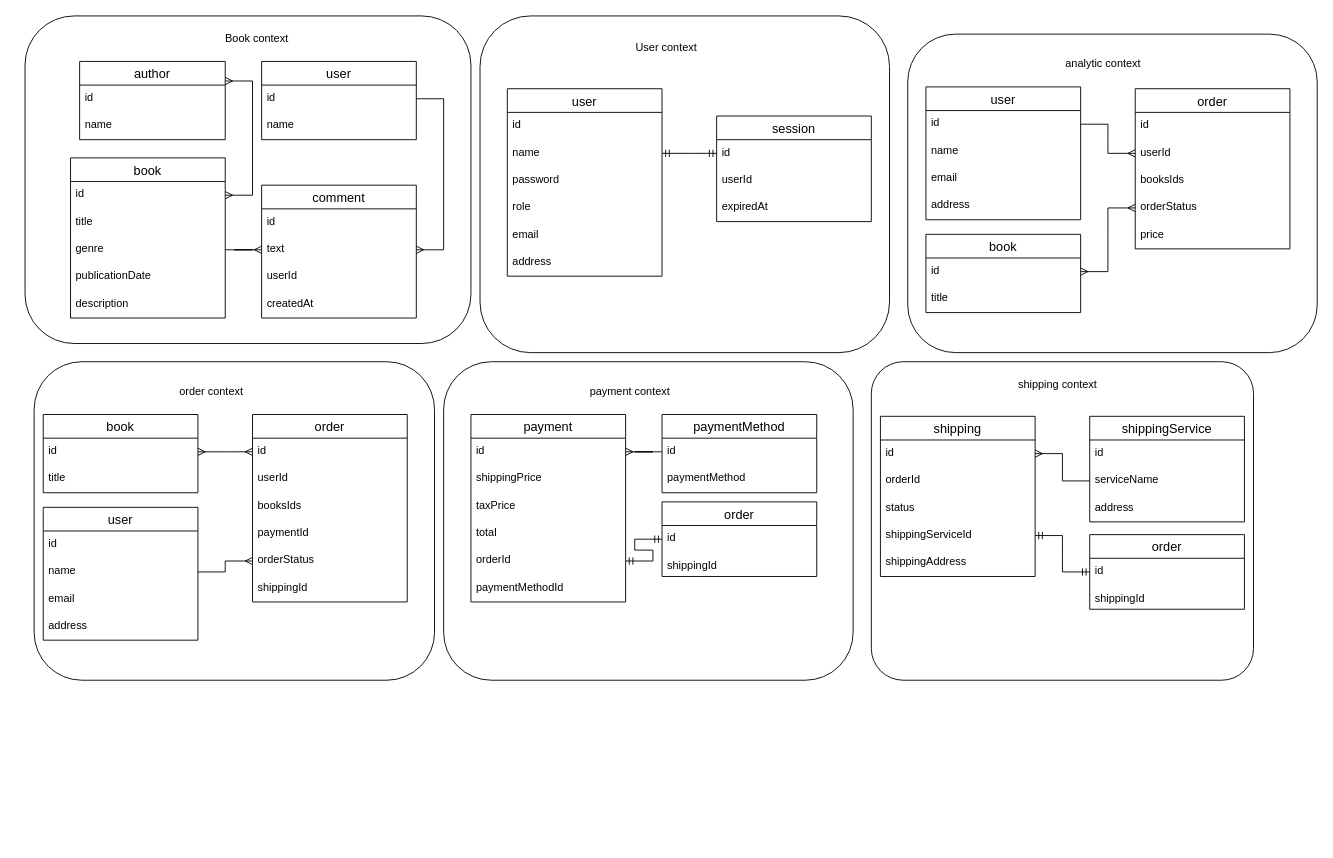
Earlier version of the draw.io diagram hw1/domain-model.drawio (4thwithme/ms_course). Source tidied: cells renumbered, new cells numbered last; positions are measured from the earlier drawing's top-left corner, leaving out a move shared by most shapes. Both pictures are drawn from the tidied source at 91%, with x=0, y=0 at pixel (25, 15).
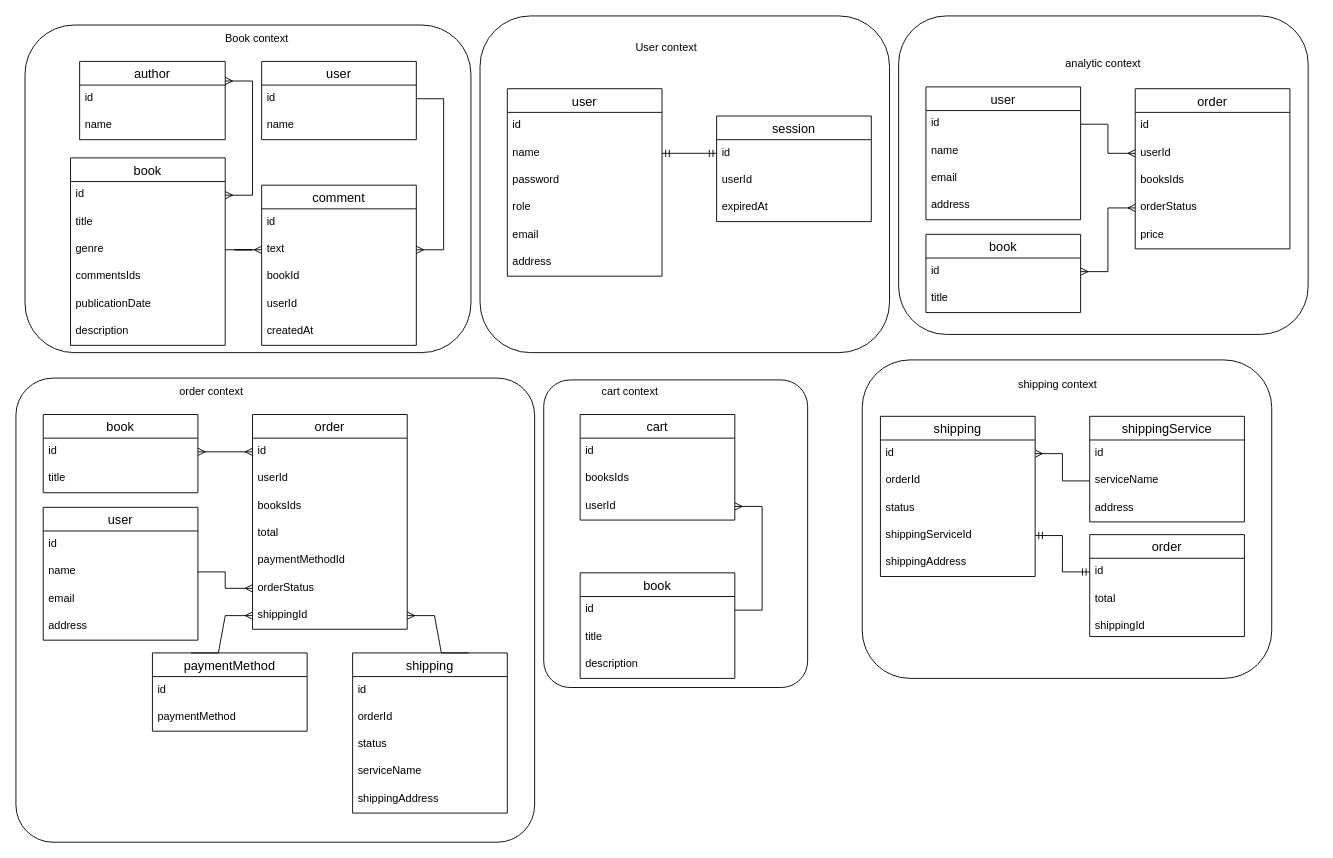
The same diagram, later.

Unchanged cells that the change refers to:
```xml
<mxCell id="88" value="id" style="text;strokeColor=none;fillColor=none;spacingLeft=4;spacingRight=4;overflow=hidden;points=[[0,0.5],[1,0.5]];portConstraint=eastwest;fontSize=12;" parent="87" vertex="1">
  <mxGeometry y="26" width="170" height="30" as="geometry" />
</mxCell>
<mxCell id="95" value="id" style="text;strokeColor=none;fillColor=none;spacingLeft=4;spacingRight=4;overflow=hidden;points=[[0,0.5],[1,0.5]];portConstraint=eastwest;fontSize=12;" parent="94" vertex="1">
  <mxGeometry y="26" width="170" height="30" as="geometry" />
</mxCell>
```

What changed in the source:
```diff
@@
     <mxCell id="5" value="book" style="swimlane;fontStyle=0;horizontal=1;startSize=26;align=center;fontSize=14;" parent="1" vertex="1">
-      <mxGeometry x="50" y="156" width="170" height="176" as="geometry" />
+      <mxGeometry x="50" y="156" width="170" height="206" as="geometry" />
     </mxCell>
@@
+    <mxCell id="109" value="commentsIds" style="text;strokeColor=none;fillColor=none;spacingLeft=4;spacingRight=4;overflow=hidden;fontSize=12;" parent="5" vertex="1">
+      <mxGeometry y="116" width="170" height="30" as="geometry" />
+    </mxCell>
     <mxCell id="9" value="publicationDate" style="text;strokeColor=none;fillColor=none;spacingLeft=4;spacingRight=4;overflow=hidden;fontSize=12;" parent="5" vertex="1">
-      <mxGeometry y="116" width="170" height="30" as="geometry" />
+      <mxGeometry y="146" width="170" height="30" as="geometry" />
     </mxCell>
     <mxCell id="10" value="description" style="text;strokeColor=none;fillColor=none;spacingLeft=4;spacingRight=4;overflow=hidden;fontSize=12;" parent="5" vertex="1">
-      <mxGeometry y="146" width="170" height="30" as="geometry" />
+      <mxGeometry y="176" width="170" height="30" as="geometry" />
     </mxCell>
@@
     <mxCell id="18" value="order" style="swimlane;fontStyle=0;horizontal=1;startSize=26;align=center;fontSize=14;" parent="1" vertex="1">
-      <mxGeometry x="250" y="438" width="170" height="206" as="geometry" />
+      <mxGeometry x="250" y="438" width="170" height="236" as="geometry" />
     </mxCell>
@@
+    <mxCell id="91" value="total" style="text;strokeColor=none;fillColor=none;spacingLeft=4;spacingRight=4;overflow=hidden;fontSize=12;" parent="18" vertex="1">
+      <mxGeometry y="116" width="170" height="30" as="geometry" />
+    </mxCell>
-    <mxCell id="22" value="paymentId" style="text;strokeColor=none;fillColor=none;spacingLeft=4;spacingRight=4;overflow=hidden;fontSize=12;" parent="18" vertex="1">
-      <mxGeometry y="116" width="170" height="30" as="geometry" />
+    <mxCell id="22" value="paymentMethodId" style="text;strokeColor=none;fillColor=none;spacingLeft=4;spacingRight=4;overflow=hidden;fontSize=12;" parent="18" vertex="1">
+      <mxGeometry y="146" width="170" height="30" as="geometry" />
     </mxCell>
     <mxCell id="23" value="orderStatus" style="text;strokeColor=none;fillColor=none;spacingLeft=4;spacingRight=4;overflow=hidden;points=[[0,0.5],[1,0.5]];portConstraint=eastwest;fontSize=12;" parent="18" vertex="1">
-      <mxGeometry y="146" width="170" height="30" as="geometry" />
+      <mxGeometry y="176" width="170" height="30" as="geometry" />
     </mxCell>
     <mxCell id="24" value="shippingId" style="text;strokeColor=none;fillColor=none;spacingLeft=4;spacingRight=4;overflow=hidden;points=[[0,0.5],[1,0.5]];portConstraint=eastwest;fontSize=12;" parent="18" vertex="1">
-      <mxGeometry y="176" width="170" height="30" as="geometry" />
+      <mxGeometry y="206" width="170" height="30" as="geometry" />
     </mxCell>
@@
     <mxCell id="40" value="comment" style="swimlane;fontStyle=0;horizontal=1;startSize=26;align=center;fontSize=14;" parent="1" vertex="1">
-      <mxGeometry x="260" y="186" width="170" height="146" as="geometry" />
+      <mxGeometry x="260" y="186" width="170" height="176" as="geometry" />
     </mxCell>
@@
+    <mxCell id="110" value="bookId" style="text;strokeColor=none;fillColor=none;spacingLeft=4;spacingRight=4;overflow=hidden;fontSize=12;" parent="40" vertex="1">
+      <mxGeometry y="86" width="170" height="30" as="geometry" />
+    </mxCell>
     <mxCell id="43" value="userId" style="text;strokeColor=none;fillColor=none;spacingLeft=4;spacingRight=4;overflow=hidden;fontSize=12;" parent="40" vertex="1">
-      <mxGeometry y="86" width="170" height="30" as="geometry" />
+      <mxGeometry y="116" width="170" height="30" as="geometry" />
     </mxCell>
     <mxCell id="44" value="createdAt" style="text;strokeColor=none;fillColor=none;spacingLeft=4;spacingRight=4;overflow=hidden;fontSize=12;" parent="40" vertex="1">
-      <mxGeometry y="116" width="170" height="30" as="geometry" />
+      <mxGeometry y="146" width="170" height="30" as="geometry" />
     </mxCell>
@@
     <mxCell id="61" style="rounded=1;whiteSpace=wrap;html=1;fillColor=none;" parent="1" vertex="1">
-      <mxGeometry width="490" height="360" as="geometry" />
+      <mxGeometry y="10" width="490" height="360" as="geometry" />
     </mxCell>
     <mxCell id="62" style="rounded=1;whiteSpace=wrap;html=1;fillColor=none;" parent="1" vertex="1">
-      <mxGeometry x="970" y="20" width="450" height="350" as="geometry" />
+      <mxGeometry x="960" width="450" height="350" as="geometry" />
     </mxCell>
@@
     <mxCell id="80" style="rounded=1;whiteSpace=wrap;html=1;fillColor=none;" parent="1" vertex="1">
-      <mxGeometry x="460" y="380" width="450" height="350" as="geometry" />
+      <mxGeometry x="920" y="378" width="450" height="350" as="geometry" />
     </mxCell>
@@
-    <mxCell id="87" value="payment" style="swimlane;fontStyle=0;horizontal=1;startSize=26;align=center;fontSize=14;" parent="1" vertex="1">
-      <mxGeometry x="490" y="438" width="170" height="206" as="geometry" />
+    <mxCell id="87" value="cart" style="swimlane;fontStyle=0;horizontal=1;startSize=26;align=center;fontSize=14;" parent="1" vertex="1">
+      <mxGeometry x="610" y="438" width="170" height="116" as="geometry" />
     </mxCell>
@@
-    <mxCell id="89" value="shippingPrice&#10;" style="text;strokeColor=none;fillColor=none;spacingLeft=4;spacingRight=4;overflow=hidden;fontSize=12;" parent="87" vertex="1">
+    <mxCell id="89" value="booksIds" style="text;strokeColor=none;fillColor=none;spacingLeft=4;spacingRight=4;overflow=hidden;fontSize=12;" parent="87" vertex="1">
       <mxGeometry y="56" width="170" height="30" as="geometry" />
     </mxCell>
-    <mxCell id="90" value="taxPrice" style="text;strokeColor=none;fillColor=none;spacingLeft=4;spacingRight=4;overflow=hidden;fontSize=12;" parent="87" vertex="1">
-      <mxGeometry y="86" width="170" height="30" as="geometry" />
-    </mxCell>
-    <mxCell id="91" value="total" style="text;strokeColor=none;fillColor=none;spacingLeft=4;spacingRight=4;overflow=hidden;fontSize=12;" parent="87" vertex="1">
-      <mxGeometry y="116" width="170" height="30" as="geometry" />
-    </mxCell>
-    <mxCell id="92" value="orderId" style="text;strokeColor=none;fillColor=none;spacingLeft=4;spacingRight=4;overflow=hidden;points=[[0,0.5],[1,0.5]];portConstraint=eastwest;fontSize=12;" parent="87" vertex="1">
-      <mxGeometry y="146" width="170" height="30" as="geometry" />
-    </mxCell>
-    <mxCell id="93" value="paymentMethodId" style="text;strokeColor=none;fillColor=none;spacingLeft=4;spacingRight=4;overflow=hidden;fontSize=12;" parent="87" vertex="1">
-      <mxGeometry y="176" width="170" height="30" as="geometry" />
-    </mxCell>
+    <mxCell id="111" value="userId" style="text;strokeColor=none;fillColor=none;spacingLeft=4;spacingRight=4;overflow=hidden;points=[[0,0.5],[1,0.5]];portConstraint=eastwest;fontSize=12;" parent="87" vertex="1">
+      <mxGeometry y="86" width="170" height="30" as="geometry" />
+    </mxCell>
     <mxCell id="94" value="paymentMethod" style="swimlane;fontStyle=0;horizontal=1;startSize=26;align=center;fontSize=14;" parent="1" vertex="1">
-      <mxGeometry x="700" y="438" width="170" height="86" as="geometry" />
+      <mxGeometry x="140" y="700" width="170" height="86" as="geometry" />
     </mxCell>
@@
-    <mxCell id="97" style="edgeStyle=entityRelationEdgeStyle;fontSize=12;html=1;endArrow=ERmany;rounded=0;exitX=0;exitY=0.5;exitDx=0;exitDy=0;entryX=1;entryY=0.5;entryDx=0;entryDy=0;" parent="1" edge="1" source="95" target="88">
+    <mxCell id="97" style="edgeStyle=entityRelationEdgeStyle;fontSize=12;html=1;endArrow=ERmany;rounded=0;exitX=0.25;exitY=0;exitDx=0;exitDy=0;entryX=0;entryY=0.5;entryDx=0;entryDy=0;" parent="1" edge="1" source="94" target="24">
       <mxGeometry relative="1" as="geometry" />
     </mxCell>
-    <mxCell id="98" value="payment context" style="text;html=1;strokeColor=none;fillColor=none;align=center;verticalAlign=middle;whiteSpace=wrap;rounded=0;" parent="1" vertex="1">
+    <mxCell id="98" value="cart context" style="text;html=1;strokeColor=none;fillColor=none;align=center;verticalAlign=middle;whiteSpace=wrap;rounded=0;" parent="1" vertex="1">
       <mxGeometry x="600" y="398" width="130" height="30" as="geometry" />
     </mxCell>
     <mxCell id="99" style="rounded=1;whiteSpace=wrap;html=1;fillColor=none;arcSize=10;" parent="1" vertex="1">
-      <mxGeometry x="930" y="380" width="420" height="350" as="geometry" />
+      <mxGeometry x="570" y="400" width="290" height="338" as="geometry" />
     </mxCell>
-    <mxCell id="100" style="rounded=1;whiteSpace=wrap;html=1;fillColor=none;" parent="1" vertex="1">
-      <mxGeometry x="10" y="380" width="440" height="350" as="geometry" />
+    <mxCell id="100" style="rounded=1;whiteSpace=wrap;html=1;fillColor=none;arcSize=8;" parent="1" vertex="1">
+      <mxGeometry x="-10" y="398" width="570" height="510" as="geometry" />
     </mxCell>
     <mxCell id="101" value="order" style="swimlane;fontStyle=0;horizontal=1;startSize=26;align=center;fontSize=14;" parent="1" vertex="1">
-      <mxGeometry x="1170" y="570" width="170" height="82" as="geometry" />
+      <mxGeometry x="1170" y="570" width="170" height="112" as="geometry" />
     </mxCell>
@@
+    <mxCell id="112" value="total" style="text;strokeColor=none;fillColor=none;spacingLeft=4;spacingRight=4;overflow=hidden;fontSize=12;" parent="101" vertex="1">
+      <mxGeometry y="56" width="170" height="30" as="geometry" />
+    </mxCell>
     <mxCell id="103" value="shippingId" style="text;strokeColor=none;fillColor=none;spacingLeft=4;spacingRight=4;overflow=hidden;fontSize=12;" parent="101" vertex="1">
-      <mxGeometry y="56" width="170" height="26" as="geometry" />
+      <mxGeometry y="86" width="170" height="26" as="geometry" />
     </mxCell>
@@
-    <mxCell id="105" value="order" style="swimlane;fontStyle=0;horizontal=1;startSize=26;align=center;fontSize=14;" parent="1" vertex="1">
-      <mxGeometry x="700" y="534" width="170" height="82" as="geometry" />
-    </mxCell>
-    <mxCell id="106" value="id" style="text;strokeColor=none;fillColor=none;spacingLeft=4;spacingRight=4;overflow=hidden;points=[[0,0.5],[1,0.5]];portConstraint=eastwest;fontSize=12;" parent="105" vertex="1">
-      <mxGeometry y="26" width="170" height="30" as="geometry" />
-    </mxCell>
-    <mxCell id="107" value="shippingId" style="text;strokeColor=none;fillColor=none;spacingLeft=4;spacingRight=4;overflow=hidden;fontSize=12;" parent="105" vertex="1">
-      <mxGeometry y="56" width="170" height="26" as="geometry" />
-    </mxCell>
-    <mxCell id="108" style="edgeStyle=entityRelationEdgeStyle;fontSize=12;html=1;endArrow=ERmandOne;startArrow=ERmandOne;rounded=0;exitX=1;exitY=0.5;exitDx=0;exitDy=0;entryX=0;entryY=0.5;entryDx=0;entryDy=0;" parent="1" edge="1" source="92" target="106">
-      <mxGeometry relative="1" as="geometry" />
-    </mxCell>
+    <mxCell id="113" value="shipping" style="swimlane;fontStyle=0;horizontal=1;startSize=26;align=center;fontSize=14;" parent="1" vertex="1">
+      <mxGeometry x="360" y="700" width="170" height="176" as="geometry" />
+    </mxCell>
+    <mxCell id="114" value="id" style="text;strokeColor=none;fillColor=none;spacingLeft=4;spacingRight=4;overflow=hidden;fontSize=12;" parent="113" vertex="1">
+      <mxGeometry y="26" width="170" height="30" as="geometry" />
+    </mxCell>
+    <mxCell id="92" value="orderId" style="text;strokeColor=none;fillColor=none;spacingLeft=4;spacingRight=4;overflow=hidden;points=[[0,0.5],[1,0.5]];portConstraint=eastwest;fontSize=12;" parent="113" vertex="1">
+      <mxGeometry y="56" width="170" height="30" as="geometry" />
+    </mxCell>
+    <mxCell id="115" value="status" style="text;strokeColor=none;fillColor=none;spacingLeft=4;spacingRight=4;overflow=hidden;fontSize=12;" parent="113" vertex="1">
+      <mxGeometry y="86" width="170" height="30" as="geometry" />
+    </mxCell>
+    <mxCell id="116" value="serviceName" style="text;strokeColor=none;fillColor=none;spacingLeft=4;spacingRight=4;overflow=hidden;fontSize=12;" parent="113" vertex="1">
+      <mxGeometry y="116" width="170" height="30" as="geometry" />
+    </mxCell>
+    <mxCell id="117" value="shippingAddress" style="text;strokeColor=none;fillColor=none;spacingLeft=4;spacingRight=4;overflow=hidden;fontSize=12;" parent="113" vertex="1">
+      <mxGeometry y="146" width="170" height="30" as="geometry" />
+    </mxCell>
+    <mxCell id="118" style="edgeStyle=entityRelationEdgeStyle;fontSize=12;html=1;endArrow=ERmany;rounded=0;exitX=0.75;exitY=0;exitDx=0;exitDy=0;entryX=1;entryY=0.5;entryDx=0;entryDy=0;" parent="1" edge="1" source="113" target="24">
+      <mxGeometry relative="1" as="geometry" />
+    </mxCell>
+    <mxCell id="119" value="book" style="swimlane;fontStyle=0;horizontal=1;startSize=26;align=center;fontSize=14;" parent="1" vertex="1">
+      <mxGeometry x="610" y="612" width="170" height="116" as="geometry" />
+    </mxCell>
+    <mxCell id="120" value="id" style="text;strokeColor=none;fillColor=none;spacingLeft=4;spacingRight=4;overflow=hidden;points=[[0,0.5],[1,0.5]];portConstraint=eastwest;fontSize=12;" parent="119" vertex="1">
+      <mxGeometry y="26" width="170" height="30" as="geometry" />
+    </mxCell>
+    <mxCell id="121" value="title" style="text;strokeColor=none;fillColor=none;spacingLeft=4;spacingRight=4;overflow=hidden;fontSize=12;" parent="119" vertex="1">
+      <mxGeometry y="56" width="170" height="30" as="geometry" />
+    </mxCell>
+    <mxCell id="122" value="description" style="text;strokeColor=none;fillColor=none;spacingLeft=4;spacingRight=4;overflow=hidden;fontSize=12;" parent="119" vertex="1">
+      <mxGeometry y="86" width="170" height="30" as="geometry" />
+    </mxCell>
+    <mxCell id="123" style="edgeStyle=entityRelationEdgeStyle;fontSize=12;html=1;endArrow=ERmany;rounded=0;exitX=1;exitY=0.5;exitDx=0;exitDy=0;entryX=1;entryY=0.5;entryDx=0;entryDy=0;" parent="1" edge="1" source="120" target="111">
+      <mxGeometry relative="1" as="geometry" />
+    </mxCell>
```
